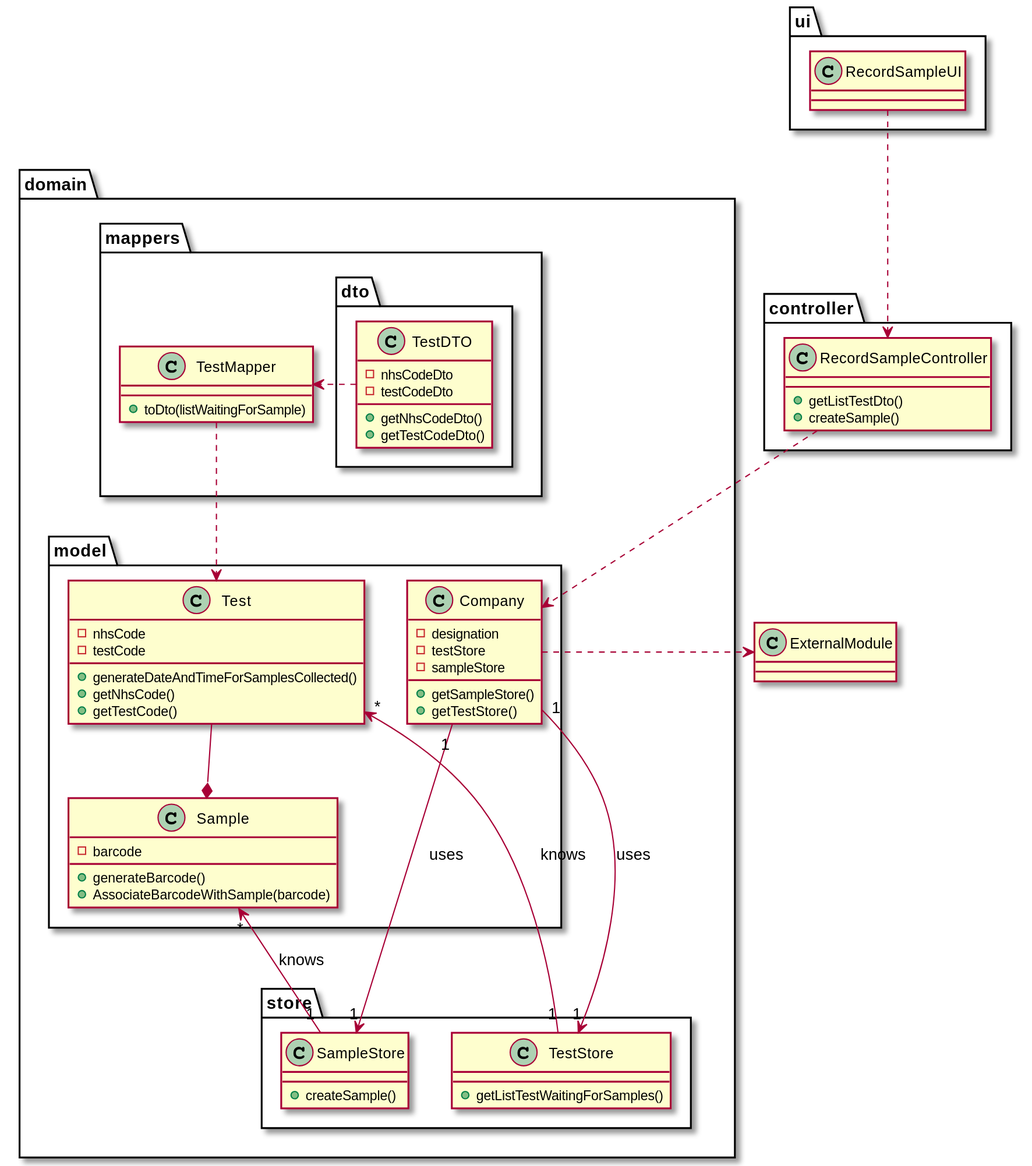
The PlantUML diagram docs/SprintC/US05/US05_CD.svg in manu-07-ela/LAPR2_ISEP, before a commit.
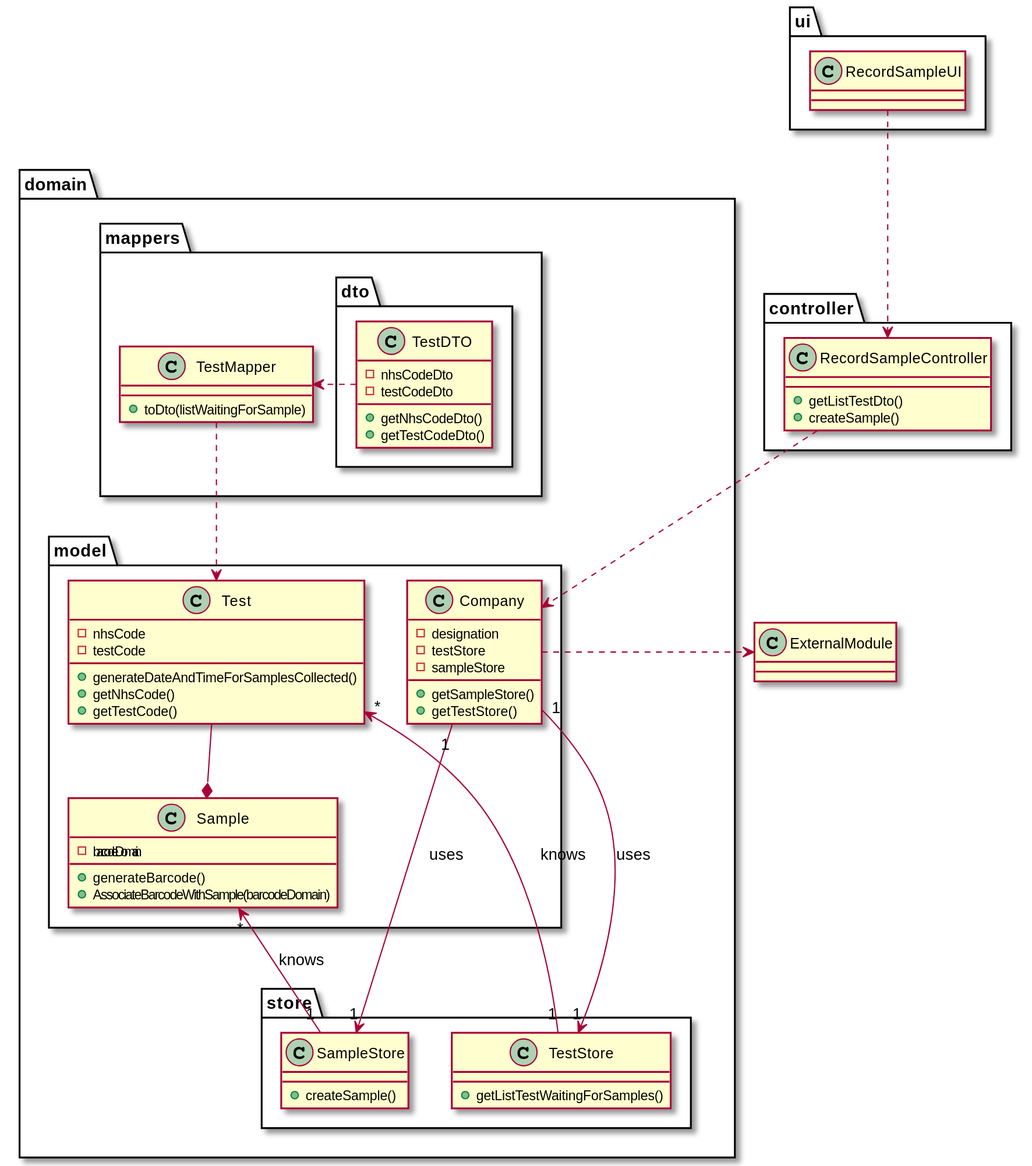
The same diagram one commit later.

The edit, as a diff of the source:
```diff
@@ -76,9 +76,9 @@
 }
 
 class Sample {
--barcode
+-barcodeDomain
 +generateBarcode()
-+AssociateBarcodeWithSample(barcode)
++AssociateBarcodeWithSample(barcodeDomain)
 
 }
 
```
